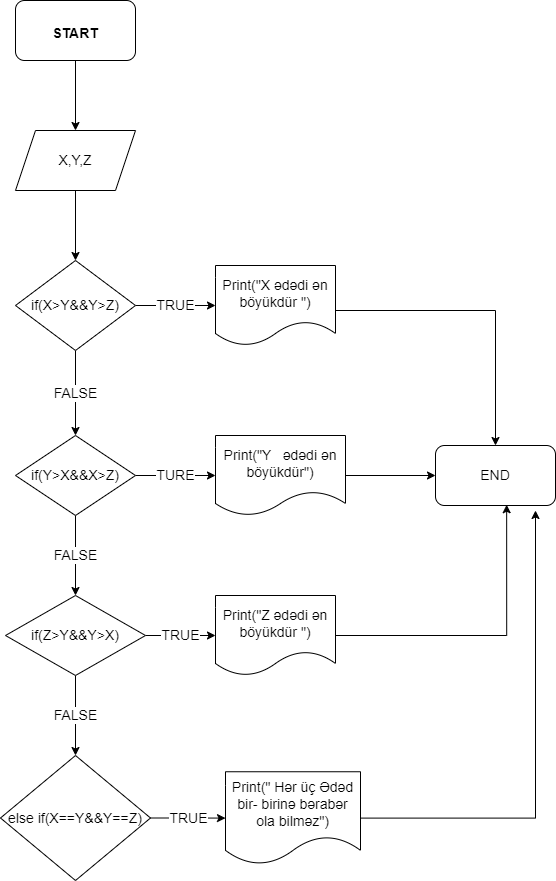
Abishli-Kamal/Flowchart-Task-2 keeps this draw.io diagram as Flowchart-2.png. Above is the earlier version. Source tidied: cells renumbered, new cells last; positions are measured from the earlier drawing's top-left corner, leaving out a move shared by most shapes.
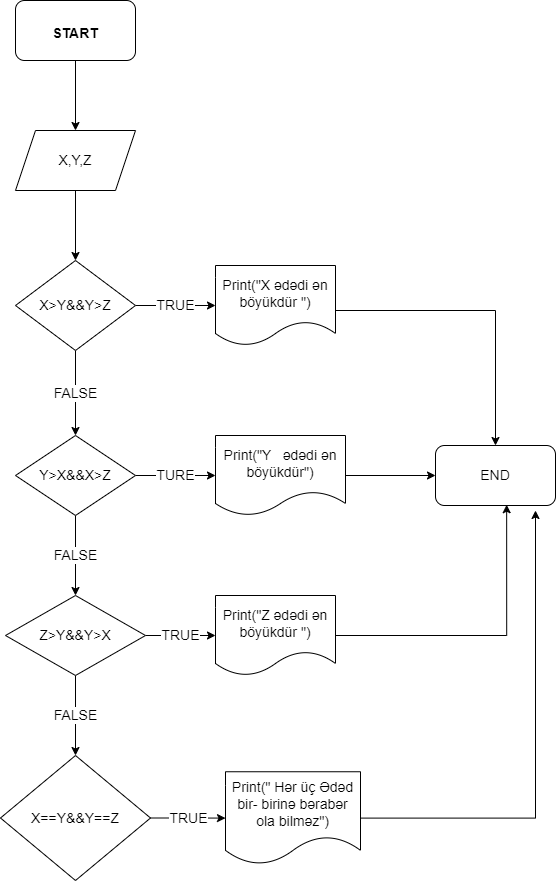
The same diagram one commit later.

Commit message:
task 2 hazirdi

Change to the diagram source:
```diff
@@ -22,7 +22,7 @@
     <mxCell id="7" value="FALSE" style="edgeStyle=orthogonalEdgeStyle;rounded=0;jettySize=auto;html=1;fontSize=14;" parent="1" edge="1" source="8" target="13">
       <mxGeometry relative="1" as="geometry" />
     </mxCell>
-    <mxCell id="8" value="if(X&amp;gt;Y&amp;amp;&amp;amp;Y&amp;gt;Z)" style="rhombus;whiteSpace=wrap;html=1;fontSize=14;" parent="1" vertex="1">
+    <mxCell id="8" value="X&amp;gt;Y&amp;amp;&amp;amp;Y&amp;gt;Z" style="rhombus;whiteSpace=wrap;html=1;fontSize=14;" parent="1" vertex="1">
       <mxGeometry x="15" y="260" width="120" height="90" as="geometry" />
     </mxCell>
     <mxCell id="9" style="edgeStyle=orthogonalEdgeStyle;rounded=0;jettySize=auto;html=1;entryX=0.5;entryY=0;entryDx=0;entryDy=0;fontSize=14;" parent="1" edge="1" source="10" target="21">
@@ -41,7 +41,7 @@
     <mxCell id="12" value="FALSE" style="edgeStyle=orthogonalEdgeStyle;rounded=0;jettySize=auto;html=1;fontSize=14;" parent="1" edge="1" source="13" target="18">
       <mxGeometry relative="1" as="geometry" />
     </mxCell>
-    <mxCell id="13" value="if(Y&amp;gt;X&amp;amp;&amp;amp;X&amp;gt;Z)" style="rhombus;whiteSpace=wrap;html=1;fontSize=14;" parent="1" vertex="1">
+    <mxCell id="13" value="Y&amp;gt;X&amp;amp;&amp;amp;X&amp;gt;Z" style="rhombus;whiteSpace=wrap;html=1;fontSize=14;" parent="1" vertex="1">
       <mxGeometry x="15" y="435" width="120" height="80" as="geometry" />
     </mxCell>
     <mxCell id="14" style="edgeStyle=orthogonalEdgeStyle;rounded=0;jettySize=auto;html=1;fontSize=14;" parent="1" edge="1" source="15" target="21">
@@ -56,7 +56,7 @@
     <mxCell id="17" value="FALSE" style="edgeStyle=orthogonalEdgeStyle;rounded=0;jettySize=auto;html=1;fontSize=14;" parent="1" edge="1" source="18" target="23">
       <mxGeometry relative="1" as="geometry" />
     </mxCell>
-    <mxCell id="18" value="if(Z&amp;gt;Y&amp;amp;&amp;amp;Y&amp;gt;X)" style="rhombus;whiteSpace=wrap;html=1;fontSize=14;" parent="1" vertex="1">
+    <mxCell id="18" value="Z&amp;gt;Y&amp;amp;&amp;amp;Y&amp;gt;X" style="rhombus;whiteSpace=wrap;html=1;fontSize=14;" parent="1" vertex="1">
       <mxGeometry x="5" y="595" width="140" height="80" as="geometry" />
     </mxCell>
     <mxCell id="19" style="edgeStyle=orthogonalEdgeStyle;rounded=0;jettySize=auto;html=1;entryX=0.593;entryY=0.987;entryDx=0;entryDy=0;entryPerimeter=0;fontSize=14;" parent="1" edge="1" source="20" target="21">
@@ -71,7 +71,7 @@
     <mxCell id="22" value="TRUE" style="edgeStyle=orthogonalEdgeStyle;rounded=0;jettySize=auto;html=1;fontSize=14;" parent="1" edge="1" source="23" target="25">
       <mxGeometry relative="1" as="geometry" />
     </mxCell>
-    <mxCell id="23" value="else if(X==Y&amp;amp;&amp;amp;Y==Z)" style="rhombus;whiteSpace=wrap;html=1;fontSize=14;" parent="1" vertex="1">
+    <mxCell id="23" value="X==Y&amp;amp;&amp;amp;Y==Z" style="rhombus;whiteSpace=wrap;html=1;fontSize=14;" parent="1" vertex="1">
       <mxGeometry y="755" width="150" height="125" as="geometry" />
     </mxCell>
     <mxCell id="24" style="edgeStyle=orthogonalEdgeStyle;rounded=0;jettySize=auto;html=1;fontSize=14;" parent="1" edge="1" source="25">
```
